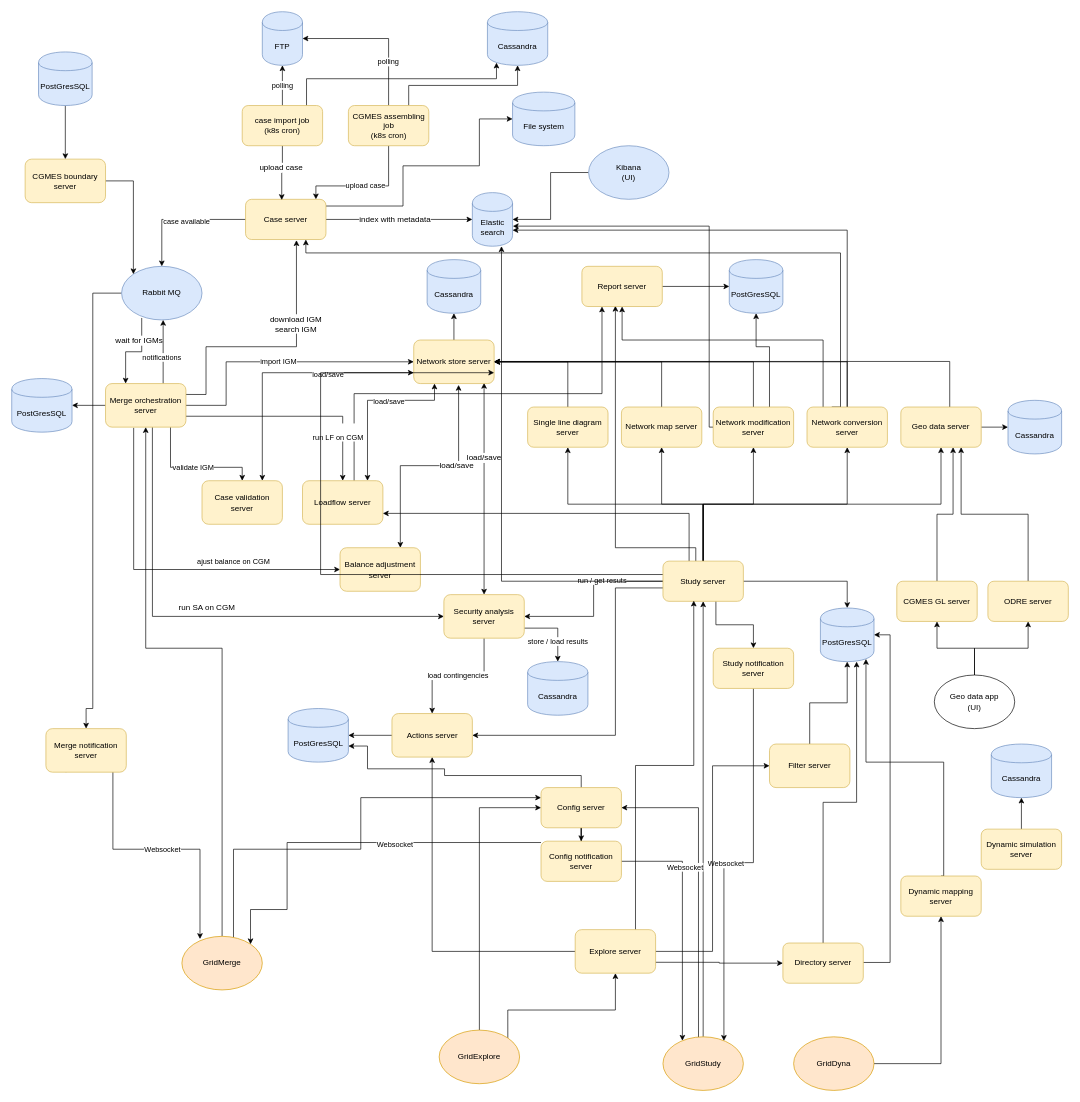
Above: diagrams/gridsuite_architecture.drawio in gridsuite/documentation (draw.io), before the change. Source tidied: cells renumbered, new cells numbered last; positions are measured from the earlier drawing's top-left corner, leaving out a move shared by most shapes. Both pictures are drawn from the tidied source at 67%, with x=0, y=0 at pixel (11, 11).
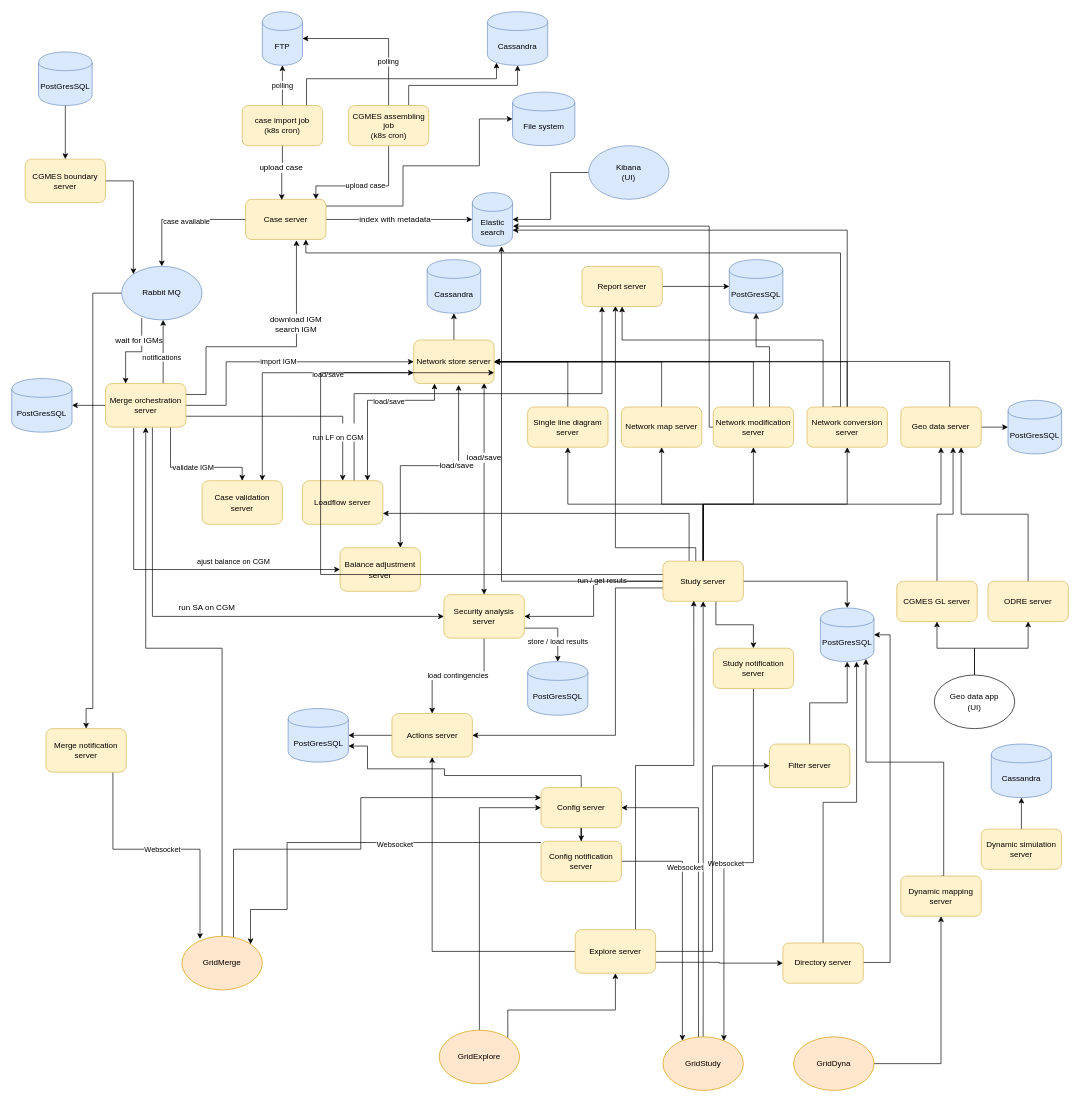
The same page after the edit.

What changed in the source:
```diff
@@
-    <mxCell id="95" value="Cassandra" style="shape=cylinder;whiteSpace=wrap;html=1;boundedLbl=1;backgroundOutline=1;fillColor=#dae8fc;strokeColor=#6c8ebf;" parent="1" vertex="1">
+    <mxCell id="95" value="PostGresSQL" style="shape=cylinder;whiteSpace=wrap;html=1;boundedLbl=1;backgroundOutline=1;fillColor=#dae8fc;strokeColor=#6c8ebf;" parent="1" vertex="1">
       <mxGeometry x="1487" y="580" width="80" height="80" as="geometry" />
     </mxCell>
@@
-    <mxCell id="112" value="Cassandra" style="shape=cylinder;whiteSpace=wrap;html=1;boundedLbl=1;backgroundOutline=1;fillColor=#dae8fc;strokeColor=#6c8ebf;" parent="1" vertex="1">
+    <mxCell id="112" value="PostGresSQL" style="shape=cylinder;whiteSpace=wrap;html=1;boundedLbl=1;backgroundOutline=1;fillColor=#dae8fc;strokeColor=#6c8ebf;" parent="1" vertex="1">
       <mxGeometry x="770" y="970" width="90" height="80" as="geometry" />
     </mxCell>
```
